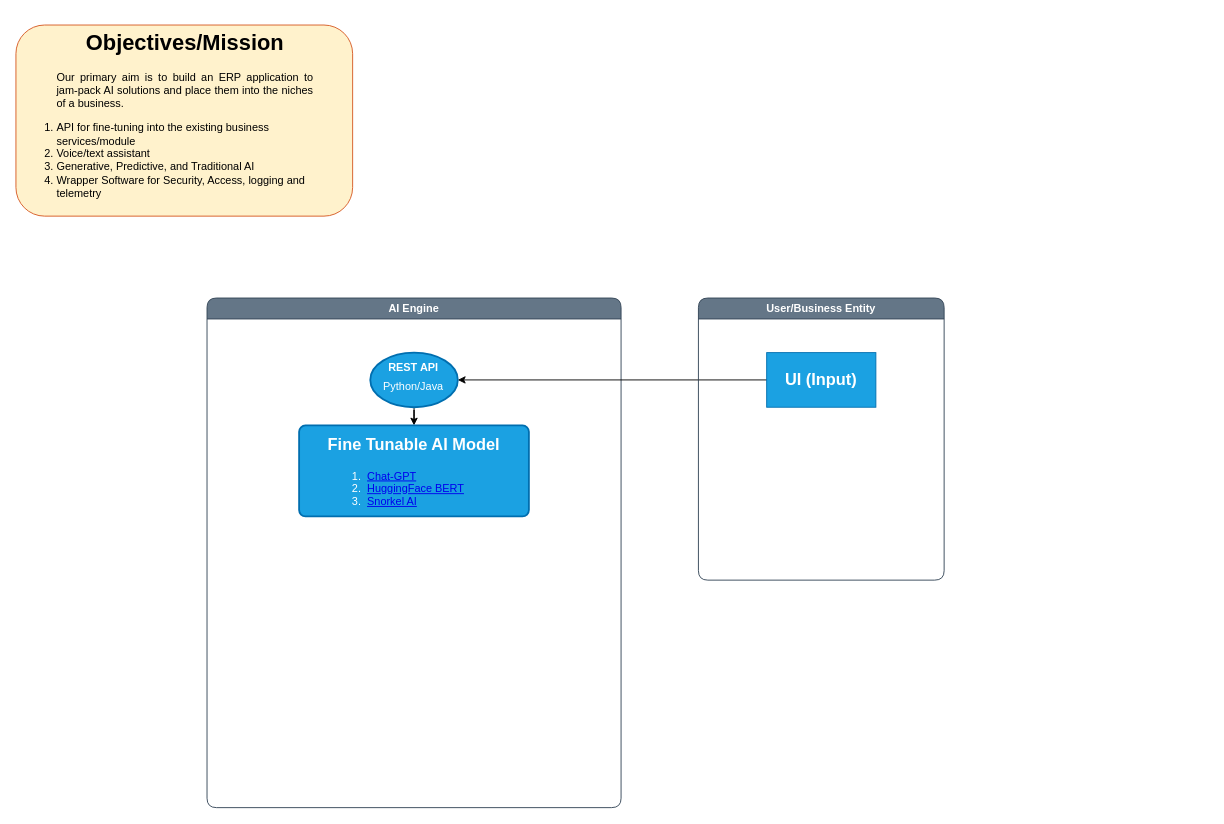
Pramosh-Sursa/AI-POC keeps this draw.io diagram as System-Design.drawio. Above is the earlier version. Source tidied: cells renumbered, new cells numbered last; positions are measured from the earlier drawing's top-left corner, leaving out a move shared by most shapes. Both pictures are drawn from the tidied source at 91%, with x=0, y=0 at pixel (15, 25).
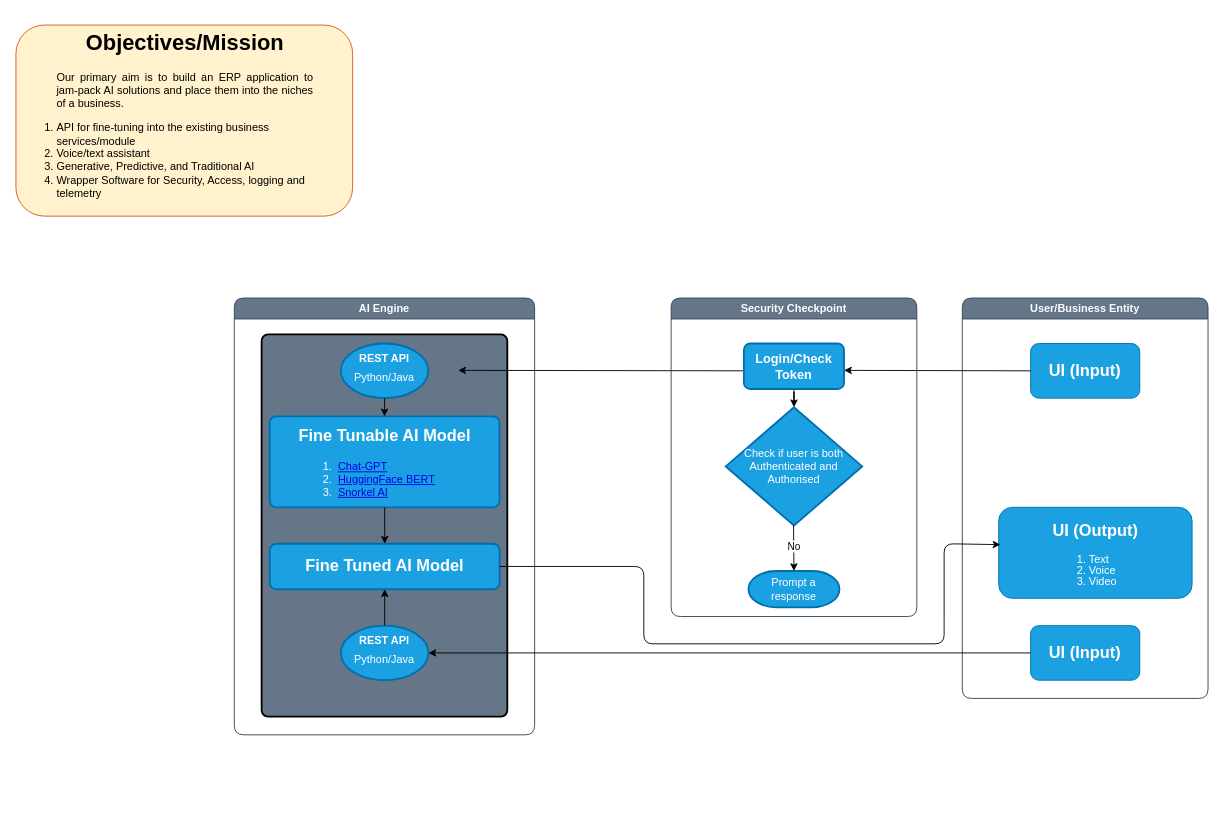
The same diagram, later.

Commit message:
Added Layers to diagram

Diff of the diagram source:
```diff
@@
-    <mxCell id="2" value="&lt;h1 align=&quot;center&quot;&gt;Objectives/Mission&lt;br&gt;&lt;/h1&gt;&lt;blockquote&gt;&lt;div align=&quot;justify&quot;&gt;Our primary aim is to build an ERP application to jam-pack AI solutions and place them into the niches of a business.&lt;br&gt;&lt;/div&gt;&lt;/blockquote&gt;&lt;ol&gt;&lt;li&gt;API for fine-tuning into the existing business services/module&lt;br&gt;&lt;/li&gt;&lt;li&gt;Voice/text assistant&lt;/li&gt;&lt;li&gt;Generative, Predictive, and Traditional AI&lt;br&gt;&lt;/li&gt;&lt;li&gt;Wrapper Software for Security, Access, logging and telemetry&lt;/li&gt;&lt;/ol&gt;" style="text;html=1;strokeColor=#D65822;fillColor=#fff2cc;spacing=5;spacingTop=-20;whiteSpace=wrap;overflow=hidden;rounded=1;labelBorderColor=none;labelBackgroundColor=none;" parent="1" vertex="1">
-      <mxGeometry width="370" height="210" as="geometry" />
-    </mxCell>
     <mxCell id="3" value="&lt;div&gt;AI Engine&lt;/div&gt;" style="swimlane;whiteSpace=wrap;html=1;rounded=1;fillColor=#647687;fontColor=#ffffff;strokeColor=#314354;glass=0;fillStyle=auto;gradientColor=none;" parent="1" vertex="1">
-      <mxGeometry x="210" y="300" width="455" height="560" as="geometry" />
+      <mxGeometry x="240" y="300" width="330" height="480" as="geometry" />
     </mxCell>
-    <mxCell id="4" style="edgeStyle=orthogonalEdgeStyle;rounded=1;jettySize=auto;html=1;entryX=0.5;entryY=0;entryDx=0;entryDy=0;" parent="3" edge="1" source="5" target="6">
-      <mxGeometry relative="1" as="geometry" />
-    </mxCell>
+    <mxCell id="10" style="rounded=1;whiteSpace=wrap;html=1;absoluteArcSize=1;arcSize=14;strokeWidth=2;fillColor=#647687;" parent="3" vertex="1">
+      <mxGeometry x="30" y="40" width="270" height="420" as="geometry" />
+    </mxCell>
     <mxCell id="5" value="&lt;h3 style=&quot;line-height: 0%;&quot;&gt;&lt;b&gt;&lt;font style=&quot;font-size: 12px;&quot;&gt;REST API&lt;/font&gt;&lt;/b&gt;&lt;/h3&gt;&lt;div&gt;Python/Java&lt;/div&gt;&lt;div&gt;&lt;br&gt;&lt;/div&gt;" style="strokeWidth=2;html=1;shape=mxgraph.flowchart.start_1;whiteSpace=wrap;rounded=1;fillColor=#1ba1e2;fontColor=#ffffff;strokeColor=#006EAF;" parent="3" vertex="1">
-      <mxGeometry x="179.4" y="60" width="96.2" height="60" as="geometry" />
+      <mxGeometry x="117" y="50" width="96.2" height="60" as="geometry" />
     </mxCell>
     <mxCell id="6" value="&lt;h2&gt;Fine Tunable AI Model&lt;/h2&gt;&lt;div align=&quot;left&quot;&gt;&lt;ol&gt;&lt;li&gt;&amp;nbsp;&lt;a href=&quot;https://platform.openai.com/docs/guides/fine-tuning&quot;&gt;Chat-GPT&lt;/a&gt;&lt;/li&gt;&lt;li&gt;&amp;nbsp;&lt;a href=&quot;https://huggingface.co/distilbert-base-uncased&quot;&gt;HuggingFace BERT&lt;/a&gt;&lt;/li&gt;&lt;li&gt;&amp;nbsp;&lt;a href=&quot;https://snorkel.ai/snorkel-flow/model-training/&quot;&gt;Snorkel AI&lt;/a&gt;&lt;br&gt;&lt;/li&gt;&lt;/ol&gt;&lt;/div&gt;" style="rounded=1;whiteSpace=wrap;html=1;absoluteArcSize=1;arcSize=14;strokeWidth=2;fillColor=#1ba1e2;fontColor=#ffffff;strokeColor=#006EAF;" parent="3" vertex="1">
-      <mxGeometry x="101.2" y="140" width="252.5" height="100" as="geometry" />
+      <mxGeometry x="38.9" y="130" width="252.5" height="100" as="geometry" />
     </mxCell>
-    <mxCell id="7" style="endArrow=classic;html=1;rounded=1;" parent="3" edge="1">
-      <mxGeometry relative="1" as="geometry">
-        <mxPoint x="620" y="90" as="sourcePoint" />
-        <mxPoint x="275.6" y="90" as="targetPoint" />
-      </mxGeometry>
-    </mxCell>
+    <mxCell id="4" style="edgeStyle=orthogonalEdgeStyle;rounded=1;jettySize=auto;html=1;entryX=0.5;entryY=0;entryDx=0;entryDy=0;" parent="3" edge="1" source="5" target="6">
+      <mxGeometry relative="1" as="geometry" />
+    </mxCell>
+    <mxCell id="11" value="&lt;h2&gt;Fine Tuned AI Model&lt;/h2&gt;" style="rounded=1;whiteSpace=wrap;html=1;absoluteArcSize=1;arcSize=14;strokeWidth=2;fillColor=#1ba1e2;fontColor=#ffffff;strokeColor=#006EAF;" parent="3" vertex="1">
+      <mxGeometry x="39" y="270" width="252.5" height="50" as="geometry" />
+    </mxCell>
+    <mxCell id="12" style="edgeStyle=orthogonalEdgeStyle;rounded=1;jettySize=auto;html=1;" parent="3" edge="1" source="6" target="11">
+      <mxGeometry relative="1" as="geometry" />
+    </mxCell>
+    <mxCell id="13" value="&lt;h3 style=&quot;line-height: 0%;&quot;&gt;&lt;b&gt;&lt;font style=&quot;font-size: 12px;&quot;&gt;REST API&lt;/font&gt;&lt;/b&gt;&lt;/h3&gt;&lt;div&gt;Python/Java&lt;/div&gt;&lt;div&gt;&lt;br&gt;&lt;/div&gt;" style="strokeWidth=2;html=1;shape=mxgraph.flowchart.start_1;whiteSpace=wrap;rounded=1;fillColor=#1ba1e2;fontColor=#ffffff;strokeColor=#006EAF;" parent="3" vertex="1">
+      <mxGeometry x="117.1" y="360" width="96.2" height="60" as="geometry" />
+    </mxCell>
+    <mxCell id="14" style="edgeStyle=orthogonalEdgeStyle;rounded=1;jettySize=auto;html=1;" parent="3" edge="1" source="13" target="11">
+      <mxGeometry relative="1" as="geometry" />
+    </mxCell>
+    <mxCell id="2" value="&lt;h1 align=&quot;center&quot;&gt;Objectives/Mission&lt;br&gt;&lt;/h1&gt;&lt;blockquote&gt;&lt;div align=&quot;justify&quot;&gt;Our primary aim is to build an ERP application to jam-pack AI solutions and place them into the niches of a business.&lt;br&gt;&lt;/div&gt;&lt;/blockquote&gt;&lt;ol&gt;&lt;li&gt;API for fine-tuning into the existing business services/module&lt;br&gt;&lt;/li&gt;&lt;li&gt;Voice/text assistant&lt;/li&gt;&lt;li&gt;Generative, Predictive, and Traditional AI&lt;br&gt;&lt;/li&gt;&lt;li&gt;Wrapper Software for Security, Access, logging and telemetry&lt;/li&gt;&lt;/ol&gt;" style="text;html=1;strokeColor=#D65822;fillColor=#fff2cc;spacing=5;spacingTop=-20;whiteSpace=wrap;overflow=hidden;rounded=1;labelBorderColor=none;labelBackgroundColor=none;" parent="1" vertex="1">
+      <mxGeometry width="370" height="210" as="geometry" />
+    </mxCell>
     <mxCell id="8" value="User/Business Entity" style="swimlane;whiteSpace=wrap;html=1;rounded=1;fillColor=#647687;fontColor=#ffffff;strokeColor=#314354;" parent="1" vertex="1">
-      <mxGeometry x="750" y="300" width="270" height="310" as="geometry" />
+      <mxGeometry x="1040" y="300" width="270" height="440" as="geometry" />
     </mxCell>
-    <mxCell id="9" value="&lt;h2&gt;UI (Input)&lt;/h2&gt;" style="rounded=0;whiteSpace=wrap;html=1;fillColor=#1ba1e2;fontColor=#ffffff;strokeColor=#006EAF;" parent="8" vertex="1">
-      <mxGeometry x="75" y="60" width="120" height="60" as="geometry" />
+    <mxCell id="9" value="&lt;h2&gt;UI (Input)&lt;/h2&gt;" style="rounded=1;whiteSpace=wrap;html=1;fillColor=#1ba1e2;fontColor=#ffffff;strokeColor=#006EAF;" parent="8" vertex="1">
+      <mxGeometry x="75" y="50" width="120" height="60" as="geometry" />
     </mxCell>
+    <mxCell id="15" value="&lt;p style=&quot;line-height: 120%;&quot;&gt;&lt;/p&gt;&lt;h2&gt;UI (Output)&lt;/h2&gt;&lt;div align=&quot;left&quot;&gt;&lt;ol style=&quot;line-height: 100%;&quot;&gt;&lt;li&gt;Text&lt;/li&gt;&lt;li&gt;Voice&lt;/li&gt;&lt;li&gt;Video&lt;/li&gt;&lt;/ol&gt;&lt;/div&gt;&lt;p&gt;&lt;/p&gt;" style="rounded=1;whiteSpace=wrap;html=1;fillColor=#1ba1e2;fontColor=#ffffff;strokeColor=#006EAF;" parent="8" vertex="1">
+      <mxGeometry x="40" y="230" width="212.5" height="100" as="geometry" />
+    </mxCell>
+    <mxCell id="16" value="&lt;h2&gt;UI (Input)&lt;/h2&gt;" style="rounded=1;whiteSpace=wrap;html=1;fillColor=#1ba1e2;fontColor=#ffffff;strokeColor=#006EAF;" parent="8" vertex="1">
+      <mxGeometry x="75" y="360" width="120" height="60" as="geometry" />
+    </mxCell>
+    <mxCell id="17" style="endArrow=classic;html=1;rounded=1;exitX=0;exitY=0.5;exitDx=0;exitDy=0;" parent="8" edge="1" source="9">
+      <mxGeometry relative="1" as="geometry">
+        <mxPoint x="-130" y="79.5" as="targetPoint" />
+      </mxGeometry>
+    </mxCell>
+    <mxCell id="7" style="endArrow=classic;html=1;rounded=1;exitX=0;exitY=0.5;exitDx=0;exitDy=0;exitPerimeter=0;" parent="1" edge="1">
+      <mxGeometry relative="1" as="geometry">
+        <mxPoint x="800" y="380" as="sourcePoint" />
+        <mxPoint x="486" y="379.5" as="targetPoint" />
+      </mxGeometry>
+    </mxCell>
+    <mxCell id="18" value="Security Checkpoint" style="swimlane;whiteSpace=wrap;html=1;rounded=1;fillColor=#647687;fontColor=#ffffff;strokeColor=#314354;" parent="1" vertex="1">
+      <mxGeometry x="720" y="300" width="270" height="350" as="geometry" />
+    </mxCell>
+    <mxCell id="19" style="edgeStyle=orthogonalEdgeStyle;rounded=1;jettySize=auto;html=1;" parent="18" edge="1" source="20" target="21">
+      <mxGeometry relative="1" as="geometry" />
+    </mxCell>
+    <mxCell id="20" value="&lt;h3&gt;Login/Check Token&lt;/h3&gt;" style="rounded=1;whiteSpace=wrap;html=1;absoluteArcSize=1;arcSize=14;strokeWidth=2;fillColor=#1ba1e2;fontColor=#ffffff;strokeColor=#006EAF;" parent="18" vertex="1">
+      <mxGeometry x="80" y="50" width="110" height="50" as="geometry" />
+    </mxCell>
+    <mxCell id="21" value="&lt;div&gt;Check if user is both&lt;br&gt;&lt;/div&gt;&lt;div&gt;Authenticated and Authorised&lt;br&gt;&lt;/div&gt;" style="strokeWidth=2;html=1;shape=mxgraph.flowchart.decision;whiteSpace=wrap;rounded=1;fillColor=#1ba1e2;fontColor=#ffffff;strokeColor=#006EAF;" parent="18" vertex="1">
+      <mxGeometry x="60" y="120" width="150" height="130" as="geometry" />
+    </mxCell>
+    <mxCell id="22" style="endArrow=classic;html=1;rounded=1;entryX=0.5;entryY=0;entryDx=0;entryDy=0;entryPerimeter=0;" parent="18" edge="1" target="24">
+      <mxGeometry relative="1" as="geometry">
+        <mxPoint x="134.5" y="250" as="sourcePoint" />
+      </mxGeometry>
+    </mxCell>
+    <mxCell id="23" value="&lt;div&gt;No&lt;/div&gt;" style="edgeLabel;html=1;align=center;verticalAlign=middle;" parent="22" vertex="1">
+      <mxGeometry x="-0.14" y="-2" relative="1" as="geometry">
+        <mxPoint x="2" as="offset" />
+      </mxGeometry>
+    </mxCell>
+    <mxCell id="24" value="&lt;div&gt;Prompt a response&lt;/div&gt;" style="strokeWidth=2;html=1;shape=mxgraph.flowchart.terminator;whiteSpace=wrap;rounded=1;fillColor=#1ba1e2;fontColor=#ffffff;strokeColor=#006EAF;" parent="18" vertex="1">
+      <mxGeometry x="85" y="300" width="100" height="40" as="geometry" />
+    </mxCell>
+    <mxCell id="25" style="endArrow=classic;html=1;rounded=1;entryX=0.009;entryY=0.41;entryDx=0;entryDy=0;entryPerimeter=0;exitX=1;exitY=0.5;exitDx=0;exitDy=0;" parent="1" edge="1" source="11" target="15">
+      <mxGeometry relative="1" as="geometry">
+        <Array as="points">
+          <mxPoint x="690" y="595" />
+          <mxPoint x="690" y="680" />
+          <mxPoint x="1020" y="680" />
+          <mxPoint x="1020" y="660" />
+          <mxPoint x="1020" y="570" />
+        </Array>
+      </mxGeometry>
+    </mxCell>
+    <mxCell id="26" style="edgeStyle=orthogonalEdgeStyle;rounded=1;jettySize=auto;html=1;exitX=0;exitY=0.5;exitDx=0;exitDy=0;" parent="1" edge="1" source="16" target="13">
+      <mxGeometry relative="1" as="geometry">
+        <Array as="points">
+          <mxPoint x="630" y="690" />
+          <mxPoint x="630" y="690" />
+        </Array>
+      </mxGeometry>
+    </mxCell>
```
